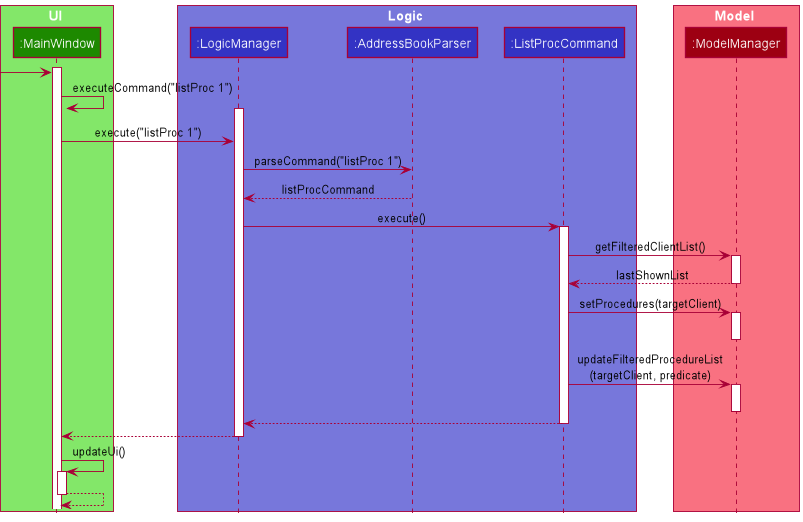
robinrojh/tp keeps this PlantUML diagram as docs/images/ListProcCommandSequenceDiagram.png. Above is the earlier version.
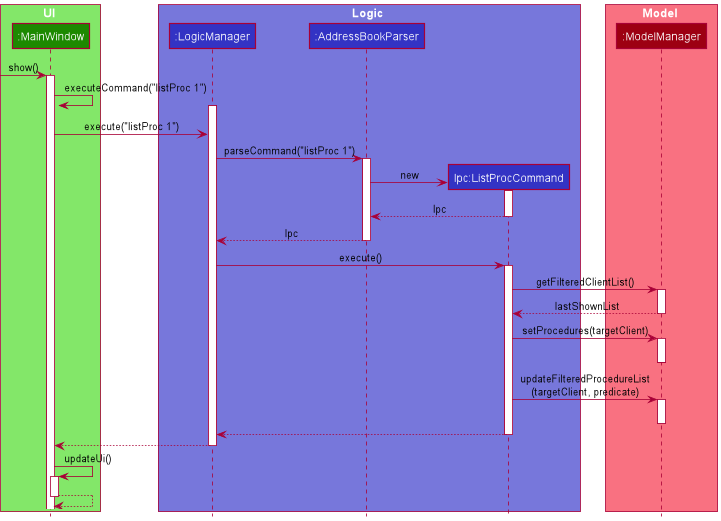
The same file after the commit.

Commit message:
Fix ListProcCommandSequenceDiagram and add a user story for listProc

Diff of the diagram source:
```diff
@@ -9,23 +9,31 @@
 box Logic LOGIC_COLOR_T1
 participant ":LogicManager" as LogicManager LOGIC_COLOR
 participant ":AddressBookParser" as AddressBookParser LOGIC_COLOR
-participant ":ListProcCommand" as ListProcCommand LOGIC_COLOR
+participant "lpc:ListProcCommand" as ListProcCommand LOGIC_COLOR
 end box
 
 box Model MODEL_COLOR_T1
 participant ":ModelManager" as ModelManager MODEL_COLOR
 end box
 
-create MainWindow
+-> MainWindow : show()
+
 activate MainWindow
-[-> MainWindow
 MainWindow -> MainWindow : executeCommand("listProc 1")
 
 activate LogicManager
 MainWindow -> LogicManager : execute("listProc 1")
 LogicManager -> AddressBookParser : parseCommand("listProc 1")
+activate AddressBookParser
 
-LogicManager <-- AddressBookParser : listProcCommand
+create ListProcCommand
+AddressBookParser -> ListProcCommand : new
+
+activate ListProcCommand
+AddressBookParser <-- ListProcCommand : lpc
+deactivate ListProcCommand
+
+LogicManager <-- AddressBookParser : lpc
 deactivate AddressBookParser
 
 LogicManager -> ListProcCommand : execute()
```
